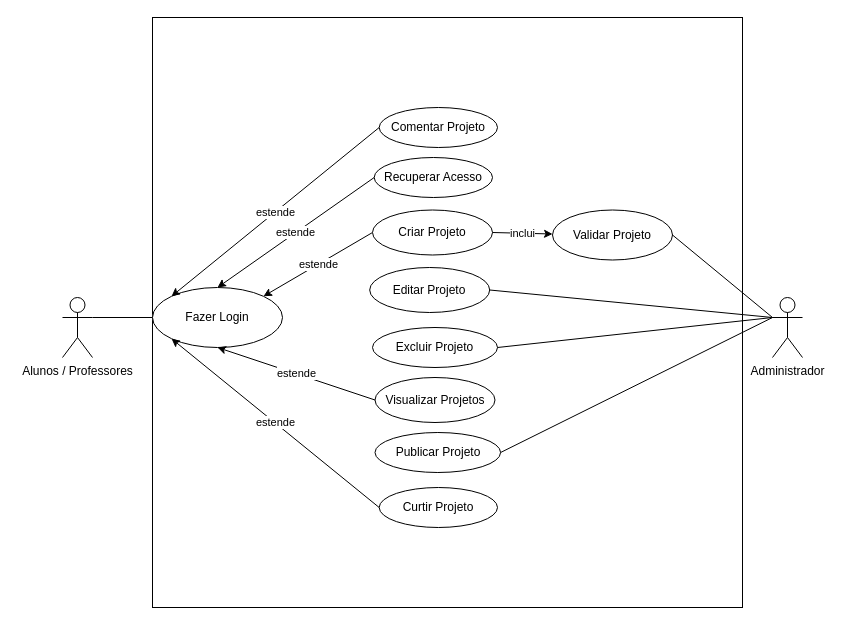
JairC1999/SAPF keeps this draw.io diagram as casosdeuso.drawio. Above is the earlier version. Source tidied: cells renumbered, new cells numbered last; positions are measured from the earlier drawing's top-left corner, leaving out a move shared by most shapes. Both pictures are drawn from the tidied source at 100%, with x=0, y=0 at pixel (62, 17).
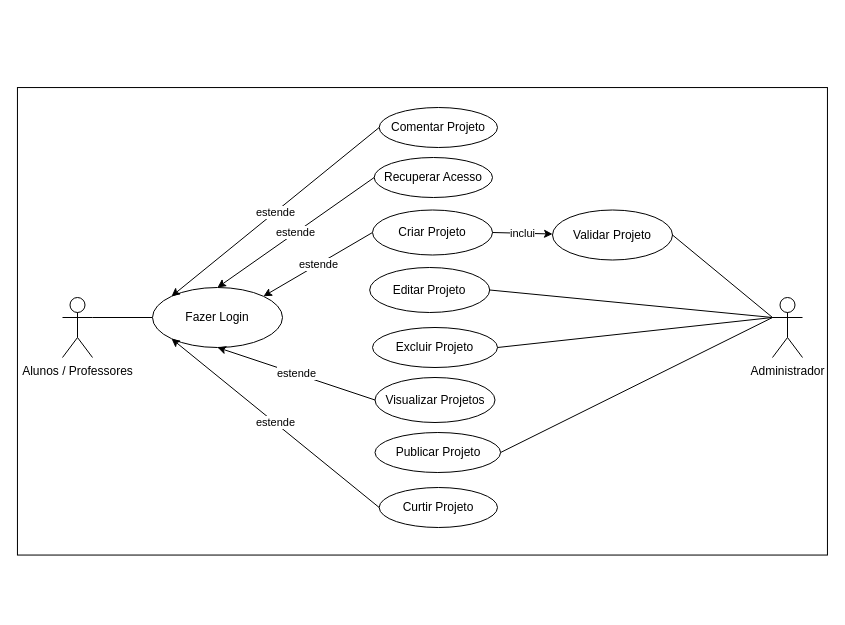
The same diagram, later.

The edit, as a diff of the source:
```diff
@@
-    <mxCell id="2" style="whiteSpace=wrap;html=1;" parent="1" vertex="1">
-      <mxGeometry x="90" width="590" height="590" as="geometry" />
-    </mxCell>
+    <mxCell id="26" style="rounded=0;whiteSpace=wrap;html=1;rotation=90;" parent="1" vertex="1">
+      <mxGeometry x="126.2" y="-101.2" width="467.5" height="810" as="geometry" />
+    </mxCell>
```
